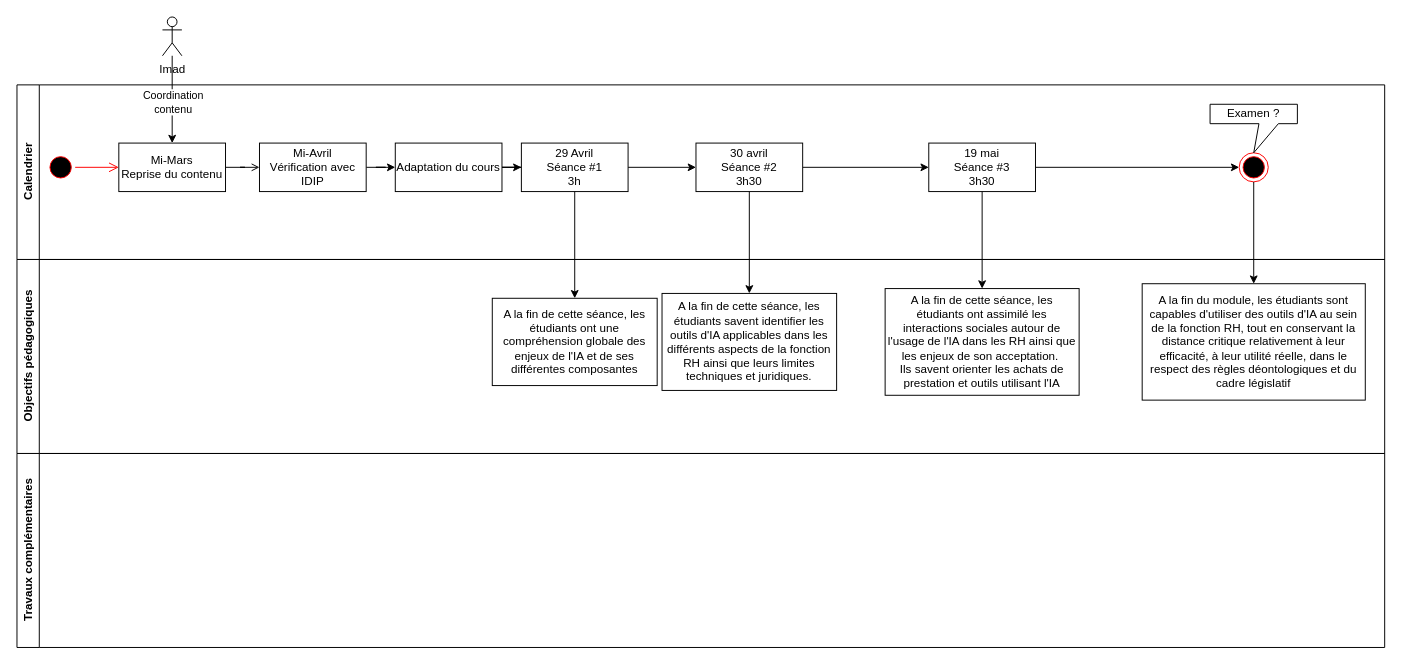
Above: Cours IA et RH.drawio in Fabrice-64/Drawings (draw.io), before the change. Source tidied: cells renumbered, new cells numbered last; positions are measured from the earlier drawing's top-left corner, leaving out a move shared by most shapes. Both pictures are drawn from the tidied source at 97%, with x=0, y=0 at pixel (16, 16).
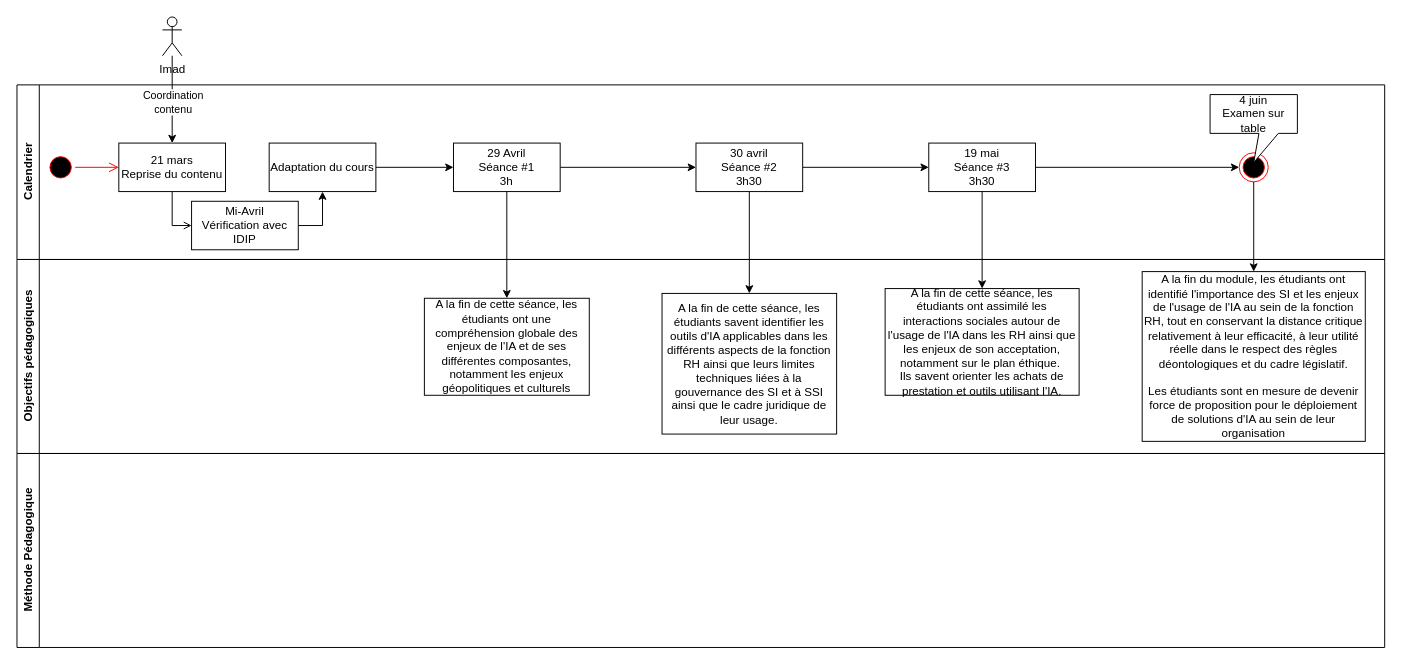
The same page after the edit.

Commit message:
Mettre à jour Cours IA et RH.drawio

Unchanged cells that the change refers to:
```xml
<mxCell id="2" value="Calendrier" style="swimlane;horizontal=0;whiteSpace=wrap;html=1;verticalAlign=middle;" parent="1" vertex="1">
  <mxGeometry y="70" width="1410" height="180" as="geometry" />
</mxCell>
<mxCell id="22" value="Objectifs pédagogiques" style="swimlane;horizontal=0;whiteSpace=wrap;html=1;" parent="1" vertex="1">
  <mxGeometry y="250" width="1410" height="200" as="geometry" />
</mxCell>
```

What changed in the source:
```diff
@@
+    <mxCell id="6" style="edgeStyle=orthogonalEdgeStyle;rounded=0;jettySize=auto;html=1;startArrow=open;startFill=0;endArrow=none;exitX=0;exitY=0.5;exitDx=0;exitDy=0;" parent="2" edge="1" source="7" target="17">
+      <mxGeometry relative="1" as="geometry" />
+    </mxCell>
-    <mxCell id="5" style="edgeStyle=orthogonalEdgeStyle;rounded=0;jettySize=auto;html=1;" parent="2" edge="1" source="7" target="9">
+    <mxCell id="5" style="edgeStyle=orthogonalEdgeStyle;rounded=0;jettySize=auto;html=1;entryX=0.5;entryY=1;entryDx=0;entryDy=0;exitX=1;exitY=0.5;exitDx=0;exitDy=0;" parent="2" edge="1" source="7" target="9">
       <mxGeometry relative="1" as="geometry" />
     </mxCell>
-    <mxCell id="6" style="edgeStyle=orthogonalEdgeStyle;rounded=0;jettySize=auto;html=1;startArrow=open;startFill=0;endArrow=none;" parent="2" edge="1" source="7" target="17">
-      <mxGeometry relative="1" as="geometry" />
-    </mxCell>
     <mxCell id="7" value="Mi-Avril&lt;br&gt;Vérification avec IDIP" style="html=1;whiteSpace=wrap;" parent="2" vertex="1">
-      <mxGeometry x="250" y="60" width="110" height="50" as="geometry" />
+      <mxGeometry x="180" y="120" width="110" height="50" as="geometry" />
     </mxCell>
@@
     <mxCell id="9" value="Adaptation du cours" style="html=1;whiteSpace=wrap;" parent="2" vertex="1">
-      <mxGeometry x="390" y="60" width="110" height="50" as="geometry" />
+      <mxGeometry x="260" y="60" width="110" height="50" as="geometry" />
     </mxCell>
@@
     <mxCell id="11" value="29 Avril&lt;br&gt;Séance #1&lt;br&gt;3h" style="html=1;whiteSpace=wrap;" parent="2" vertex="1">
-      <mxGeometry x="520" y="60" width="110" height="50" as="geometry" />
+      <mxGeometry x="450" y="60" width="110" height="50" as="geometry" />
     </mxCell>
@@
-    <mxCell id="17" value="&lt;div&gt;Mi-Mars&lt;/div&gt;Reprise du contenu" style="html=1;whiteSpace=wrap;" parent="2" vertex="1">
+    <mxCell id="17" value="&lt;div&gt;21 mars&lt;/div&gt;Reprise du contenu" style="html=1;whiteSpace=wrap;" parent="2" vertex="1">
       <mxGeometry x="105" y="60" width="110" height="50" as="geometry" />
     </mxCell>
-    <mxCell id="18" value="Examen ?" style="shape=callout;whiteSpace=wrap;html=1;perimeter=calloutPerimeter;size=30;position=0.56;" parent="2" vertex="1">
-      <mxGeometry x="1230" y="20" width="90" height="50" as="geometry" />
+    <mxCell id="18" value="4 juin&lt;br&gt;Examen sur table" style="shape=callout;whiteSpace=wrap;html=1;perimeter=calloutPerimeter;size=30;position=0.56;" parent="2" vertex="1">
+      <mxGeometry x="1230" y="10" width="90" height="70" as="geometry" />
     </mxCell>
@@
-    <mxCell id="23" value="A la fin de cette séance, les étudiants ont une compréhension globale des enjeux de l'IA et de ses différentes composantes" style="html=1;whiteSpace=wrap;movableLabel=0;" parent="22" vertex="1">
-      <mxGeometry x="490" y="40" width="170" height="90" as="geometry" />
+    <mxCell id="23" value="A la fin de cette séance, les étudiants ont une compréhension globale des enjeux de l'IA et de ses différentes composantes, notamment les enjeux géopolitiques et culturels" style="html=1;whiteSpace=wrap;movableLabel=0;" parent="22" vertex="1">
+      <mxGeometry x="420" y="40" width="170" height="100" as="geometry" />
     </mxCell>
-    <mxCell id="24" value="A la fin de cette séance, les étudiants savent identifier les outils d'IA applicables dans les différents aspects de la fonction RH ainsi que leurs limites techniques et juridiques." style="html=1;whiteSpace=wrap;" parent="22" vertex="1">
-      <mxGeometry x="665" y="35" width="180" height="100" as="geometry" />
+    <mxCell id="24" value="A la fin de cette séance, les étudiants savent identifier les outils d'IA applicables dans les différents aspects de la fonction RH ainsi que leurs limites techniques liées à la gouvernance des SI et à SSI ainsi que le cadre juridique de leur usage." style="html=1;whiteSpace=wrap;" parent="22" vertex="1">
+      <mxGeometry x="665" y="35" width="180" height="145" as="geometry" />
     </mxCell>
-    <mxCell id="25" value="A la fin de cette séance, les étudiants ont assimilé les interactions sociales autour de l'usage de l'IA dans les RH ainsi que les enjeux de son acceptation.&amp;nbsp;&lt;br&gt;Ils savent orienter les achats de prestation et outils utilisant l'IA" style="html=1;whiteSpace=wrap;" parent="22" vertex="1">
+    <mxCell id="25" value="A la fin de cette séance, les étudiants ont assimilé les interactions sociales autour de l'usage de l'IA dans les RH ainsi que les enjeux de son acceptation, notamment sur le plan éthique.&amp;nbsp;&lt;br&gt;Ils savent orienter les achats de prestation et outils utilisant l'IA." style="html=1;whiteSpace=wrap;" parent="22" vertex="1">
       <mxGeometry x="895" y="30" width="200" height="110" as="geometry" />
     </mxCell>
-    <mxCell id="26" value="A la fin du module, les étudiants sont capables d'utiliser des outils d'IA au sein de la fonction RH, tout en conservant la distance critique relativement à leur efficacité, à leur utilité réelle, dans le respect des règles déontologiques et du cadre législatif" style="html=1;whiteSpace=wrap;" parent="22" vertex="1">
-      <mxGeometry x="1160" y="25" width="230" height="120" as="geometry" />
+    <mxCell id="26" value="A la fin du module, les étudiants ont identifié l'importance des SI et les enjeux de l'usage de l'IA au sein de la fonction RH, tout en conservant la distance critique relativement à leur efficacité, à leur utilité réelle dans le respect des règles déontologiques et du cadre législatif.&lt;br&gt;&lt;br&gt;Les étudiants sont en mesure de devenir force de proposition pour le déploiement de solutions d'IA au sein de leur organisation" style="html=1;whiteSpace=wrap;" parent="22" vertex="1">
+      <mxGeometry x="1160" y="12.5" width="230" height="175" as="geometry" />
     </mxCell>
-    <mxCell id="27" value="Travaux complémentaires" style="swimlane;horizontal=0;whiteSpace=wrap;html=1;" parent="1" vertex="1">
+    <mxCell id="27" value="Méthode Pédagogique" style="swimlane;horizontal=0;whiteSpace=wrap;html=1;" parent="1" vertex="1">
       <mxGeometry y="450" width="1410" height="200" as="geometry" />
     </mxCell>
```
